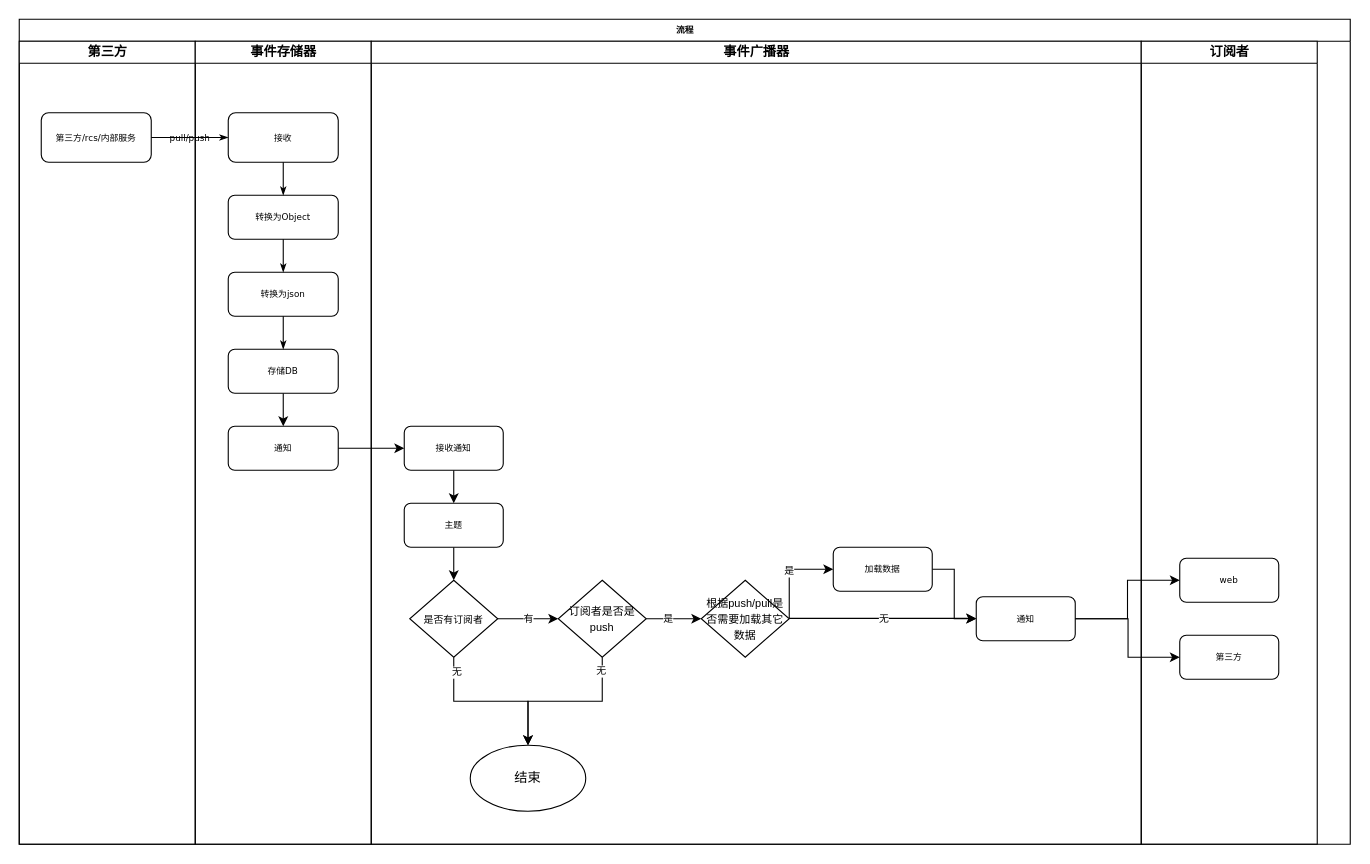
The draw.io diagram page "事件流程图" (1 of 3) of Untitled Diagram.drawio in WashingtonWang/diagram, before the edit. Source tidied: cells renumbered, new cells numbered last; positions are measured from the earlier drawing's top-left corner, leaving out a move shared by most shapes. Both pictures are drawn from the tidied source at 110%, with x=0, y=0 at pixel (19, 19).
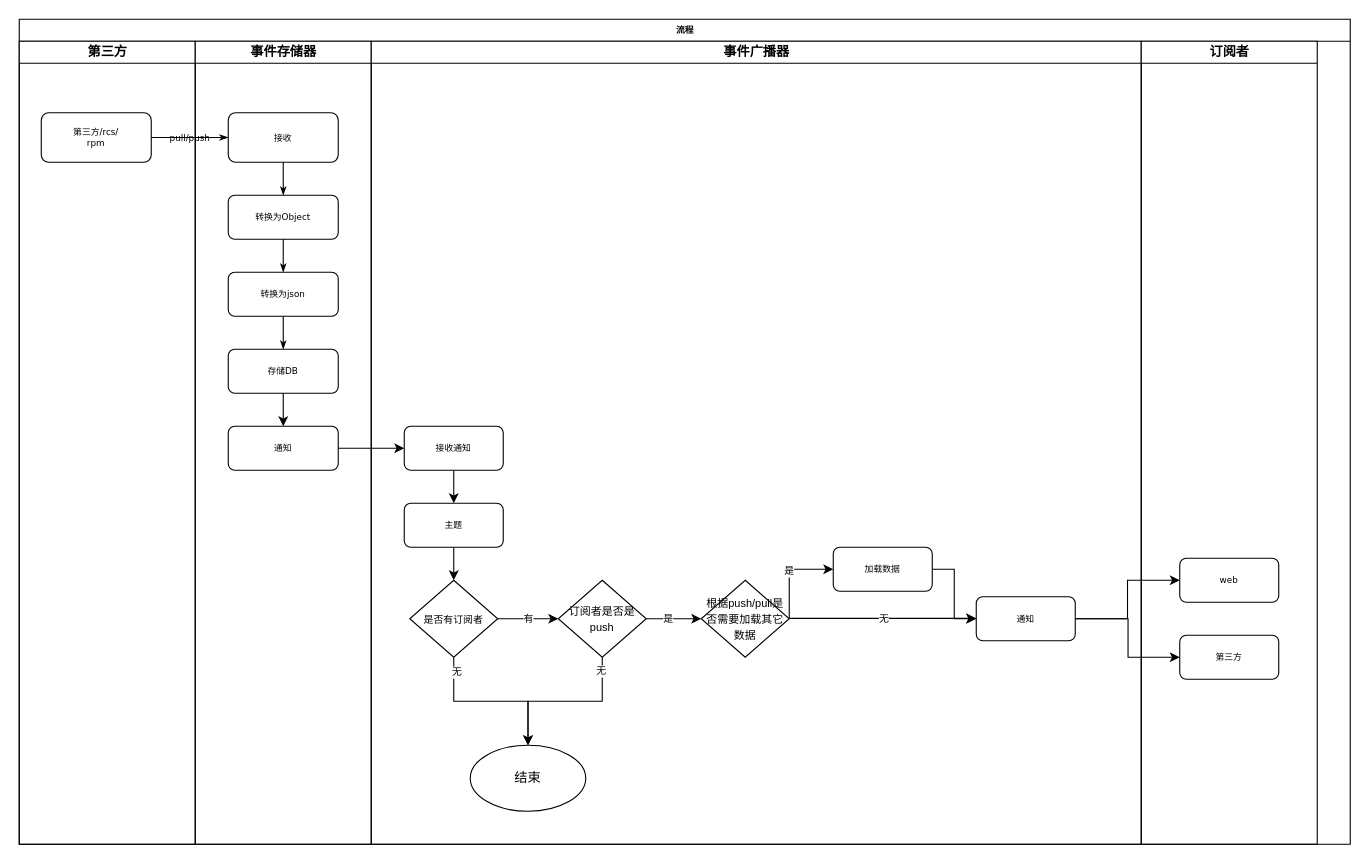
The same diagram, later.

The change refers to these unchanged cells:
```xml
<mxCell id="3" value="第三方" style="swimlane;html=1;startSize=20;" parent="2" vertex="1">
  <mxGeometry y="20" width="160" height="730" as="geometry" />
</mxCell>
```

Diff of the diagram source:
```diff
@@
-    <mxCell id="4" value="第三方/rcs/内部服务" style="rounded=1;whiteSpace=wrap;html=1;shadow=0;labelBackgroundColor=none;strokeWidth=1;fontFamily=Verdana;fontSize=8;align=center;glass=0;sketch=0;" parent="3" vertex="1">
+    <mxCell id="4" value="第三方/rcs/&lt;br&gt;rpm" style="rounded=1;whiteSpace=wrap;html=1;shadow=0;labelBackgroundColor=none;strokeWidth=1;fontFamily=Verdana;fontSize=8;align=center;glass=0;sketch=0;" parent="3" vertex="1">
       <mxGeometry x="20" y="65" width="100" height="45" as="geometry" />
     </mxCell>
```
